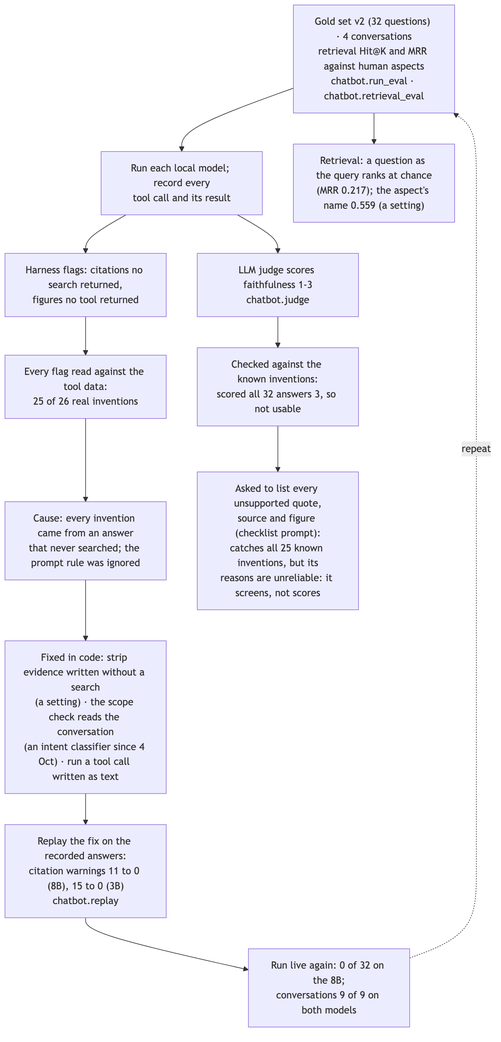
This is docs/diagrams/img/23-chatbot-improvement-loop.png from Gavingyh/plp-project, a Mermaid export, as it was before one commit. Its source is kept beside it as docs/diagrams/src/23-chatbot-improvement-loop.mmd. Its diagram source:
```mermaid
flowchart TB
  accTitle: Chatbot evaluation and improvement loop
  accDescr: A frozen gold set, multi-turn conversations and retrieval metrics are run on each local model, recording every tool call and result. The harness flags invented citations and unverified figures; each flag is read by hand against the tool data. The cause found was that every invented citation came from an answer that never searched. Fixes went into code, were replayed on the recorded answers, then run live. The LLM judge was checked against the known inventions and failed; asked to list unsupported quotes, sources and figures instead, the same model caught all of them.

  gold["Gold set v2 (32 questions) · 4 conversations<br/>retrieval Hit@K and MRR against human aspects<br/>chatbot.run_eval · chatbot.retrieval_eval"]
  run["Run each local model; record every<br/>tool call and its result"]
  flags["Harness flags: citations no search returned,<br/>figures no tool returned"]
  read["Every flag read against the tool data:<br/>25 of 26 real inventions"]
  cause["Cause: every invention came from an answer<br/>that never searched; the prompt rule was ignored"]
  fix["Fixed in code: strip evidence written without a search<br/>(a setting) · the scope check reads the conversation<br/>(an intent classifier since 4 Oct) · run a tool call written as text"]
  replay["Replay the fix on the recorded answers:<br/>citation warnings 11 to 0 (8B), 15 to 0 (3B)<br/>chatbot.replay"]
  live["Run live again: 0 of 32 on the 8B;<br/>conversations 9 of 9 on both models"]
  retr["Retrieval: a question as the query ranks at chance<br/>(MRR 0.217); the aspect's name 0.559 (a setting)"]
  judge["LLM judge scores faithfulness 1-3<br/>chatbot.judge"]
  jcheck["Checked against the known inventions:<br/>scored all 32 answers 3, so not usable"]
  jnext["Asked to list every unsupported quote,<br/>source and figure (checklist prompt):<br/>catches all 25 known inventions, but its<br/>reasons are unreliable: it screens, not scores"]

  gold --> run --> flags --> read --> cause --> fix --> replay --> live
  gold --> retr
  run --> judge --> jcheck --> jnext
  live -. repeat .-> gold
```
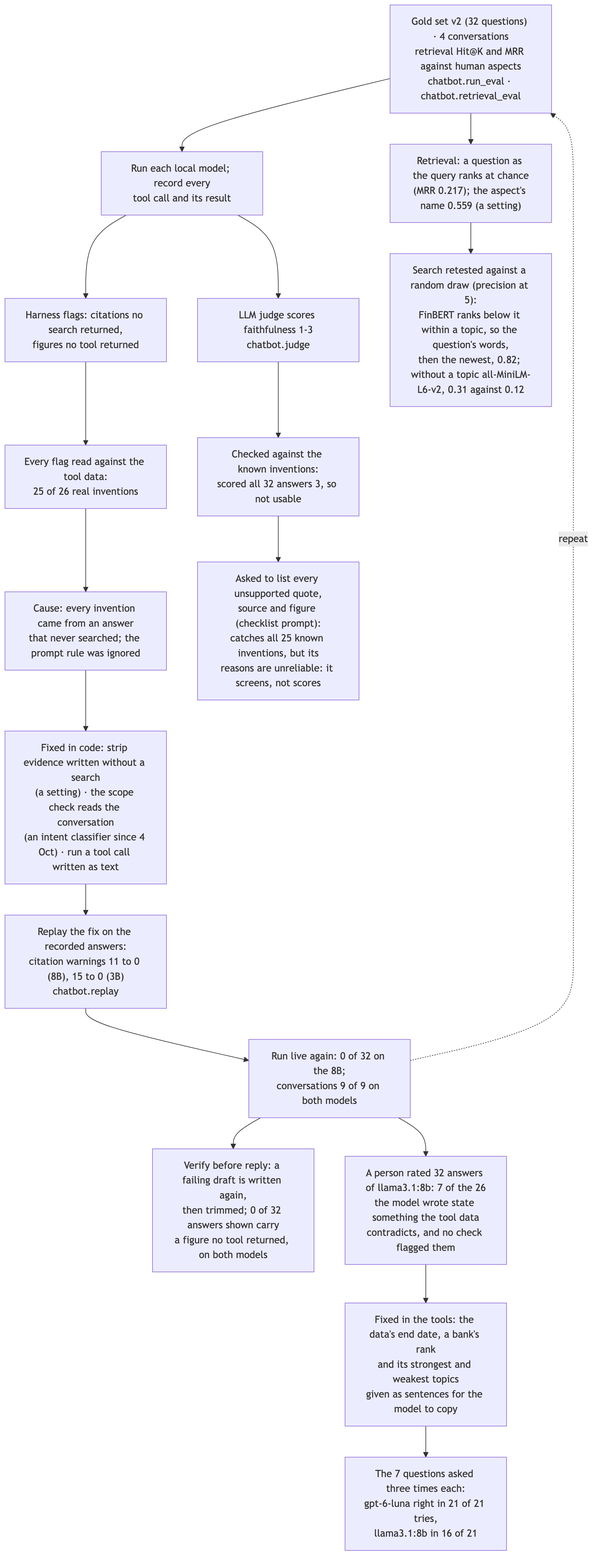
The same file after the commit.

The edit, as a diff of the source:
```diff
@@ -1,6 +1,6 @@
 flowchart TB
   accTitle: Chatbot evaluation and improvement loop
-  accDescr: A frozen gold set, multi-turn conversations and retrieval metrics are run on each local model, recording every tool call and result. The harness flags invented citations and unverified figures; each flag is read by hand against the tool data. The cause found was that every invented citation came from an answer that never searched. Fixes went into code, were replayed on the recorded answers, then run live. The LLM judge was checked against the known inventions and failed; asked to list unsupported quotes, sources and figures instead, the same model caught all of them.
+  accDescr: A frozen gold set, multi-turn conversations and retrieval metrics are run on each local model, recording every tool call and result. The harness flags invented citations and unverified figures; each flag is read by hand against the tool data. The cause found was that every invented citation came from an answer that never searched. Fixes went into code, were replayed on the recorded answers, then run live. The LLM judge was checked against the known inventions and failed; asked to list unsupported quotes, sources and figures instead, the same model caught all of them. Later rounds: answers are verified before they are shown; a person rated the answers and found misdescribed figures no check could flag, which were fixed in the tools and retested; and the evidence search was retested against a random draw and changed.
 
   gold["Gold set v2 (32 questions) · 4 conversations<br/>retrieval Hit@K and MRR against human aspects<br/>chatbot.run_eval · chatbot.retrieval_eval"]
   run["Run each local model; record every<br/>tool call and its result"]
@@ -14,8 +14,15 @@
   judge["LLM judge scores faithfulness 1-3<br/>chatbot.judge"]
   jcheck["Checked against the known inventions:<br/>scored all 32 answers 3, so not usable"]
   jnext["Asked to list every unsupported quote,<br/>source and figure (checklist prompt):<br/>catches all 25 known inventions, but its<br/>reasons are unreliable: it screens, not scores"]
+  verify["Verify before reply: a failing draft is written again,<br/>then trimmed; 0 of 32 answers shown carry<br/>a figure no tool returned, on both models"]
+  rate["A person rated 32 answers of llama3.1:8b: 7 of the 26<br/>the model wrote state something the tool data<br/>contradicts, and no check flagged them"]
+  fix2["Fixed in the tools: the data's end date, a bank's rank<br/>and its strongest and weakest topics<br/>given as sentences for the model to copy"]
+  retest["The 7 questions asked three times each:<br/>gpt-6-luna right in 21 of 21 tries,<br/>llama3.1:8b in 16 of 21"]
+  retr2["Search retested against a random draw (precision at 5):<br/>FinBERT ranks below it within a topic, so the question's words,<br/>then the newest, 0.82; without a topic all-MiniLM-L6-v2, 0.31 against 0.12"]
 
   gold --> run --> flags --> read --> cause --> fix --> replay --> live
-  gold --> retr
+  gold --> retr --> retr2
+  live --> verify
+  live --> rate --> fix2 --> retest
   run --> judge --> jcheck --> jnext
   live -. repeat .-> gold
```
